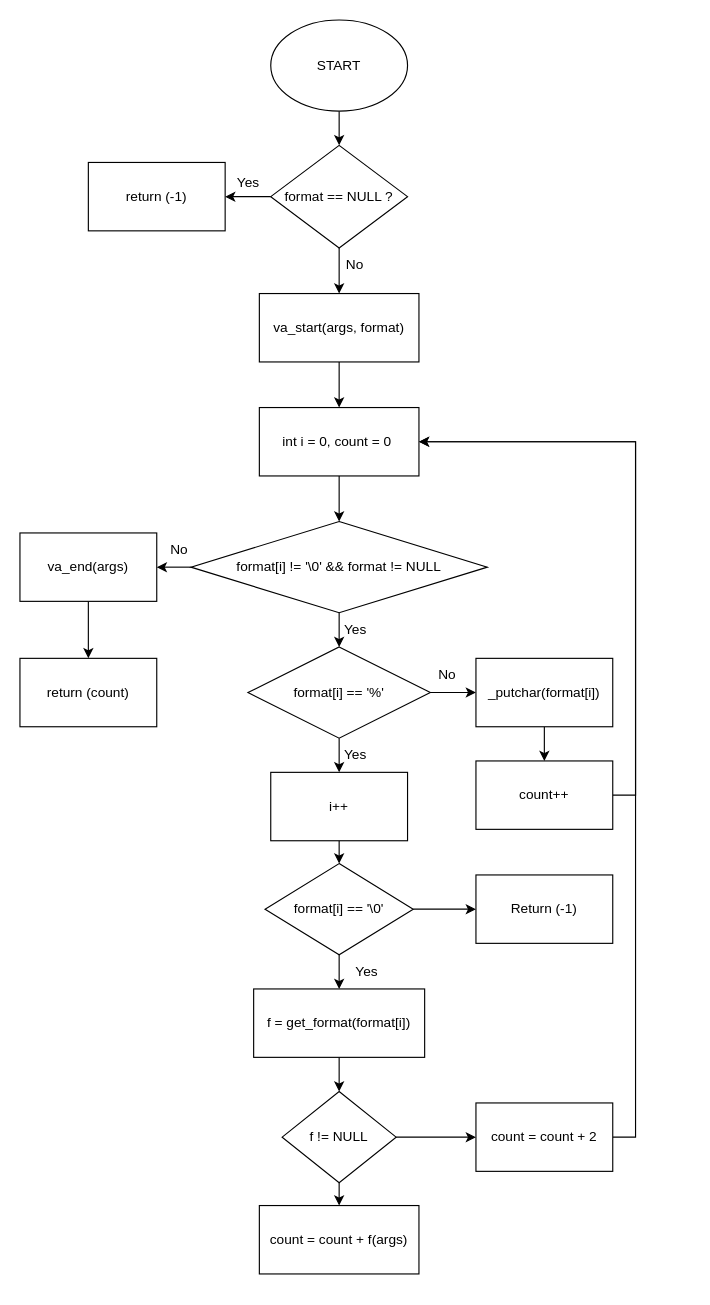
This is FlowChart _printf.c.drawio from thomas-maye/holbertonschool-printf, a draw.io file, before an edit. Source tidied: cells renumbered, new cells numbered last; positions are measured from the earlier drawing's top-left corner, leaving out a move shared by most shapes. Both pictures are drawn from the tidied source at 114%, with x=0, y=0 at pixel (19, 19).
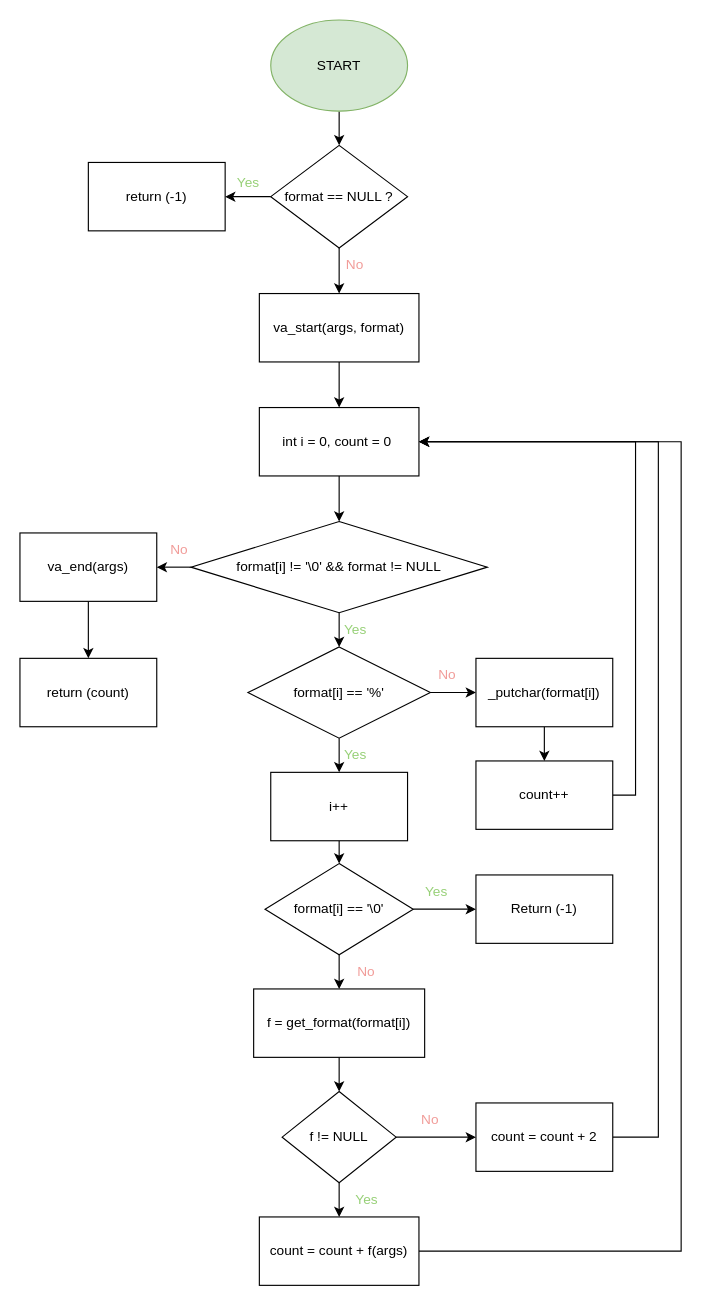
The same diagram, later.

Commit message (it also covers changes not shown here):
Mettre à jour FlowChart _printf.c.drawio

Unchanged cells that the change refers to:
```xml
<mxCell id="11" value="int i = 0, count = 0&amp;nbsp;" style="rounded=0;whiteSpace=wrap;html=1;" parent="1" vertex="1">
  <mxGeometry x="210" y="340" width="140" height="60" as="geometry" />
</mxCell>
<mxCell id="37" value="count = count + 2" style="rounded=0;whiteSpace=wrap;html=1;" parent="1" vertex="1">
  <mxGeometry x="400" y="950" width="120" height="60" as="geometry" />
</mxCell>
```

Diff of the diagram source:
```diff
@@
-    <mxCell id="3" value="START" style="ellipse;whiteSpace=wrap;html=1;" parent="1" vertex="1">
+    <mxCell id="3" value="START" style="ellipse;whiteSpace=wrap;html=1;fillColor=#d5e8d4;strokeColor=#82b366;" parent="1" vertex="1">
       <mxGeometry x="220" width="120" height="80" as="geometry" />
     </mxCell>
@@
-    <mxCell id="29" value="Yes" style="text;html=1;align=center;verticalAlign=middle;strokeColor=none;fillColor=none;" parent="1" vertex="1">
+    <mxCell id="29" value="Yes" style="text;html=1;align=center;verticalAlign=middle;strokeColor=none;fillColor=none;fontColor=#97D077;" parent="1" vertex="1">
       <mxGeometry x="180" y="128" width="40" height="30" as="geometry" />
     </mxCell>
-    <mxCell id="30" value="No" style="text;html=1;align=center;verticalAlign=middle;whiteSpace=wrap;rounded=0;" parent="1" vertex="1">
+    <mxCell id="30" value="No" style="text;html=1;align=center;verticalAlign=middle;whiteSpace=wrap;rounded=0;fontColor=#F19C99;" parent="1" vertex="1">
       <mxGeometry x="264" y="200" width="60" height="30" as="geometry" />
     </mxCell>
@@
+    <mxCell id="47" style="edgeStyle=orthogonalEdgeStyle;rounded=0;jettySize=auto;html=1;exitX=1;exitY=0.5;exitDx=0;exitDy=0;entryX=1;entryY=0.5;entryDx=0;entryDy=0;" parent="1" edge="1" source="35" target="11">
+      <mxGeometry relative="1" as="geometry">
+        <Array as="points">
+          <mxPoint x="580" y="1080" />
+          <mxPoint x="580" y="370" />
+        </Array>
+      </mxGeometry>
+    </mxCell>
     <mxCell id="35" value="count = count + f(args)" style="rounded=0;whiteSpace=wrap;html=1;" parent="1" vertex="1">
-      <mxGeometry x="210" y="1040" width="140" height="60" as="geometry" />
+      <mxGeometry x="210" y="1050" width="140" height="60" as="geometry" />
     </mxCell>
     <mxCell id="36" style="edgeStyle=orthogonalEdgeStyle;rounded=0;jettySize=auto;html=1;exitX=1;exitY=0.5;exitDx=0;exitDy=0;entryX=1;entryY=0.5;entryDx=0;entryDy=0;" parent="1" edge="1" source="37" target="11">
-      <mxGeometry relative="1" as="geometry" />
+      <mxGeometry relative="1" as="geometry">
+        <Array as="points">
+          <mxPoint x="560" y="980" />
+          <mxPoint x="560" y="370" />
+        </Array>
+      </mxGeometry>
     </mxCell>
@@
-    <mxCell id="42" value="Yes" style="text;html=1;align=center;verticalAlign=middle;strokeColor=none;fillColor=none;" parent="1" vertex="1">
+    <mxCell id="42" value="Yes" style="text;html=1;align=center;verticalAlign=middle;strokeColor=none;fillColor=none;fontColor=#97D077;" parent="1" vertex="1">
       <mxGeometry x="274" y="520" width="40" height="30" as="geometry" />
     </mxCell>
-    <mxCell id="43" value="No" style="text;html=1;align=center;verticalAlign=middle;whiteSpace=wrap;rounded=0;" parent="1" vertex="1">
+    <mxCell id="43" value="No" style="text;html=1;align=center;verticalAlign=middle;whiteSpace=wrap;rounded=0;fontColor=#F19C99;" parent="1" vertex="1">
       <mxGeometry x="110" y="450" width="60" height="30" as="geometry" />
     </mxCell>
-    <mxCell id="44" value="Yes" style="text;html=1;align=center;verticalAlign=middle;strokeColor=none;fillColor=none;" parent="1" vertex="1">
+    <mxCell id="44" value="Yes" style="text;html=1;align=center;verticalAlign=middle;strokeColor=none;fillColor=none;fontColor=#97D077;" parent="1" vertex="1">
       <mxGeometry x="274" y="630" width="40" height="30" as="geometry" />
     </mxCell>
-    <mxCell id="45" value="Yes" style="text;html=1;align=center;verticalAlign=middle;strokeColor=none;fillColor=none;" parent="1" vertex="1">
-      <mxGeometry x="284" y="820" width="40" height="30" as="geometry" />
+    <mxCell id="45" value="Yes" style="text;html=1;align=center;verticalAlign=middle;strokeColor=none;fillColor=none;fontColor=#97D077;" parent="1" vertex="1">
+      <mxGeometry x="345" y="750" width="40" height="30" as="geometry" />
     </mxCell>
-    <mxCell id="46" value="No" style="text;html=1;align=center;verticalAlign=middle;whiteSpace=wrap;rounded=0;" parent="1" vertex="1">
+    <mxCell id="46" value="No" style="text;html=1;align=center;verticalAlign=middle;whiteSpace=wrap;rounded=0;fontColor=#F19C99;" parent="1" vertex="1">
       <mxGeometry x="345" y="560" width="60" height="30" as="geometry" />
     </mxCell>
+    <mxCell id="48" value="No" style="text;html=1;align=center;verticalAlign=middle;whiteSpace=wrap;rounded=0;fontColor=#F19C99;" parent="1" vertex="1">
+      <mxGeometry x="274" y="820" width="60" height="30" as="geometry" />
+    </mxCell>
+    <mxCell id="49" value="Yes" style="text;html=1;align=center;verticalAlign=middle;strokeColor=none;fillColor=none;fontColor=#97D077;" parent="1" vertex="1">
+      <mxGeometry x="284" y="1020" width="40" height="30" as="geometry" />
+    </mxCell>
+    <mxCell id="50" value="No" style="text;html=1;align=center;verticalAlign=middle;whiteSpace=wrap;rounded=0;fontColor=#F19C99;" parent="1" vertex="1">
+      <mxGeometry x="330" y="950" width="60" height="30" as="geometry" />
+    </mxCell>
```
